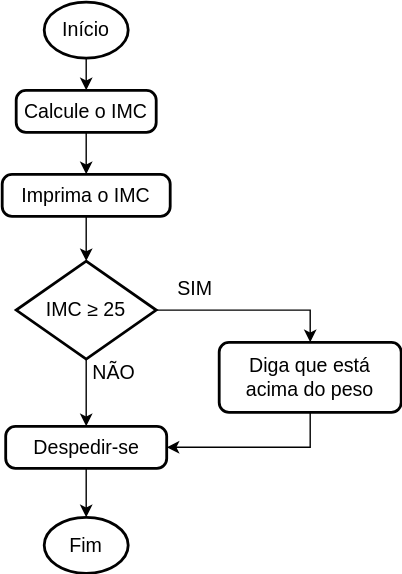
Before: slides/images/imc-flowchart-one-condition.svg, a diagram exported from draw.io (PedroIMP/palestraSECComp2023). Source tidied: cells renumbered, new cells last; positions are measured from the earlier drawing's top-left corner, leaving out a move shared by most shapes. The source it was exported from:
```xml
<mxGraphModel>
  <root>
    <mxCell id="0" />
    <mxCell id="1" parent="0" />
    <mxCell id="2" style="edgeStyle=orthogonalEdgeStyle;rounded=0;jettySize=auto;html=1;exitX=0.5;exitY=1;exitDx=0;exitDy=0;exitPerimeter=0;fontFamily=Helvetica;fontSize=14;" parent="1" edge="1" source="3" target="6">
      <mxGeometry relative="1" as="geometry" />
    </mxCell>
    <mxCell id="3" value="Início" style="strokeWidth=2;html=1;shape=mxgraph.flowchart.start_1;whiteSpace=wrap;fontFamily=Helvetica;fontSize=14;" parent="1" vertex="1">
      <mxGeometry x="30" width="60" height="40" as="geometry" />
    </mxCell>
    <mxCell id="4" style="edgeStyle=orthogonalEdgeStyle;rounded=0;jettySize=auto;html=1;exitX=0.5;exitY=1;exitDx=0;exitDy=0;entryX=0.5;entryY=0;entryDx=0;entryDy=0;entryPerimeter=0;fontFamily=Helvetica;fontSize=14;" parent="1" edge="1" source="17" target="9">
      <mxGeometry relative="1" as="geometry" />
    </mxCell>
    <mxCell id="5" style="edgeStyle=orthogonalEdgeStyle;rounded=0;jettySize=auto;html=1;fontFamily=Helvetica;fontSize=14;" parent="1" edge="1" source="6" target="17">
      <mxGeometry relative="1" as="geometry" />
    </mxCell>
    <mxCell id="6" value="Calcule o IMC" style="rounded=1;whiteSpace=wrap;html=1;absoluteArcSize=1;arcSize=14;strokeWidth=2;fontFamily=Helvetica;fontSize=14;" parent="1" vertex="1">
      <mxGeometry x="10" y="63" width="100" height="30" as="geometry" />
    </mxCell>
    <mxCell id="7" style="edgeStyle=orthogonalEdgeStyle;rounded=0;jettySize=auto;html=1;exitX=1;exitY=0.5;exitDx=0;exitDy=0;exitPerimeter=0;entryX=0.5;entryY=0;entryDx=0;entryDy=0;fontFamily=Helvetica;fontSize=14;" parent="1" edge="1" source="9" target="11">
      <mxGeometry relative="1" as="geometry" />
    </mxCell>
    <mxCell id="8" style="edgeStyle=orthogonalEdgeStyle;rounded=0;jettySize=auto;html=1;exitX=0.5;exitY=1;exitDx=0;exitDy=0;exitPerimeter=0;fontFamily=Helvetica;fontSize=14;" parent="1" edge="1" source="9" target="13">
      <mxGeometry relative="1" as="geometry" />
    </mxCell>
    <mxCell id="9" value="IMC ≥ 25" style="strokeWidth=2;html=1;shape=mxgraph.flowchart.decision;whiteSpace=wrap;fontFamily=Helvetica;fontSize=14;" parent="1" vertex="1">
      <mxGeometry x="10" y="185" width="100" height="70" as="geometry" />
    </mxCell>
    <mxCell id="10" style="edgeStyle=orthogonalEdgeStyle;rounded=0;jettySize=auto;html=1;exitX=0.5;exitY=1;exitDx=0;exitDy=0;entryX=1;entryY=0.5;entryDx=0;entryDy=0;fontFamily=Helvetica;fontSize=14;" parent="1" edge="1" source="11" target="13">
      <mxGeometry relative="1" as="geometry" />
    </mxCell>
    <mxCell id="11" value="Diga que está acima do peso" style="rounded=1;whiteSpace=wrap;html=1;absoluteArcSize=1;arcSize=14;strokeWidth=2;fontFamily=Helvetica;fontSize=14;perimeterSpacing=0;spacing=4;" parent="1" vertex="1">
      <mxGeometry x="155" y="243" width="130" height="50" as="geometry" />
    </mxCell>
    <mxCell id="12" style="edgeStyle=orthogonalEdgeStyle;rounded=0;jettySize=auto;html=1;fontFamily=Helvetica;fontSize=14;" parent="1" edge="1" source="13" target="14">
      <mxGeometry relative="1" as="geometry" />
    </mxCell>
    <mxCell id="13" value="Despedir-se" style="rounded=1;whiteSpace=wrap;html=1;absoluteArcSize=1;arcSize=14;strokeWidth=2;fontFamily=Helvetica;fontSize=14;" parent="1" vertex="1">
      <mxGeometry x="2.5" y="303" width="115" height="30" as="geometry" />
    </mxCell>
    <mxCell id="14" value="&lt;div&gt;Fim&lt;/div&gt;" style="strokeWidth=2;html=1;shape=mxgraph.flowchart.start_1;whiteSpace=wrap;fontFamily=Helvetica;fontSize=14;" parent="1" vertex="1">
      <mxGeometry x="30" y="368" width="60" height="40" as="geometry" />
    </mxCell>
    <mxCell id="15" value="SIM" style="text;html=1;strokeColor=none;fillColor=none;align=center;verticalAlign=middle;whiteSpace=wrap;rounded=0;fontFamily=Helvetica;fontSize=14;" parent="1" vertex="1">
      <mxGeometry x="118" y="195" width="40" height="20" as="geometry" />
    </mxCell>
    <mxCell id="16" value="NÃO" style="text;html=1;strokeColor=none;fillColor=none;align=center;verticalAlign=middle;whiteSpace=wrap;rounded=0;fontFamily=Helvetica;fontSize=14;" parent="1" vertex="1">
      <mxGeometry x="60" y="255" width="40" height="20" as="geometry" />
    </mxCell>
    <mxCell id="17" value="Imprima o IMC" style="rounded=1;whiteSpace=wrap;html=1;absoluteArcSize=1;arcSize=14;strokeWidth=2;fontFamily=Helvetica;fontSize=14;" parent="1" vertex="1">
      <mxGeometry y="123" width="120" height="30" as="geometry" />
    </mxCell>
  </root>
</mxGraphModel>
```
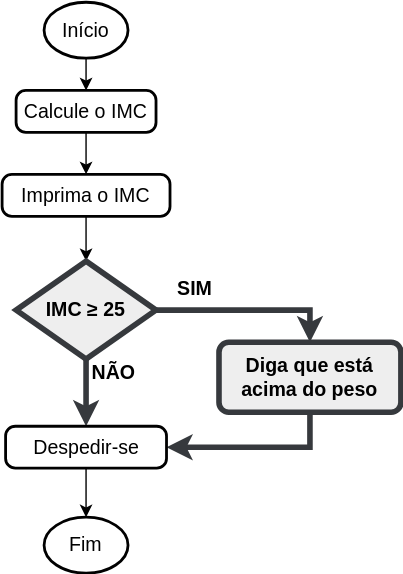
The same diagram one commit later.

Diff of the diagram source:
```diff
@@ -17,19 +17,19 @@
     <mxCell id="6" value="Calcule o IMC" style="rounded=1;whiteSpace=wrap;html=1;absoluteArcSize=1;arcSize=14;strokeWidth=2;fontFamily=Helvetica;fontSize=14;" parent="1" vertex="1">
       <mxGeometry x="10" y="63" width="100" height="30" as="geometry" />
     </mxCell>
-    <mxCell id="7" style="edgeStyle=orthogonalEdgeStyle;rounded=0;jettySize=auto;html=1;exitX=1;exitY=0.5;exitDx=0;exitDy=0;exitPerimeter=0;entryX=0.5;entryY=0;entryDx=0;entryDy=0;fontFamily=Helvetica;fontSize=14;" parent="1" edge="1" source="9" target="11">
+    <mxCell id="7" style="edgeStyle=orthogonalEdgeStyle;rounded=0;jettySize=auto;html=1;exitX=1;exitY=0.5;exitDx=0;exitDy=0;exitPerimeter=0;entryX=0.5;entryY=0;entryDx=0;entryDy=0;fontFamily=Helvetica;fontSize=14;strokeWidth=4;fontStyle=1;fillColor=#eeeeee;strokeColor=#36393d;" parent="1" edge="1" source="9" target="11">
       <mxGeometry relative="1" as="geometry" />
     </mxCell>
-    <mxCell id="8" style="edgeStyle=orthogonalEdgeStyle;rounded=0;jettySize=auto;html=1;exitX=0.5;exitY=1;exitDx=0;exitDy=0;exitPerimeter=0;fontFamily=Helvetica;fontSize=14;" parent="1" edge="1" source="9" target="13">
+    <mxCell id="8" style="edgeStyle=orthogonalEdgeStyle;rounded=0;jettySize=auto;html=1;exitX=0.5;exitY=1;exitDx=0;exitDy=0;exitPerimeter=0;fontFamily=Helvetica;fontSize=14;strokeWidth=4;fontStyle=1;fillColor=#eeeeee;strokeColor=#36393d;" parent="1" edge="1" source="9" target="13">
       <mxGeometry relative="1" as="geometry" />
     </mxCell>
-    <mxCell id="9" value="IMC ≥ 25" style="strokeWidth=2;html=1;shape=mxgraph.flowchart.decision;whiteSpace=wrap;fontFamily=Helvetica;fontSize=14;" parent="1" vertex="1">
+    <mxCell id="9" value="IMC ≥ 25" style="strokeWidth=4;html=1;shape=mxgraph.flowchart.decision;whiteSpace=wrap;fontFamily=Helvetica;fontSize=14;fontStyle=1;fillColor=#eeeeee;strokeColor=#36393d;" parent="1" vertex="1">
       <mxGeometry x="10" y="185" width="100" height="70" as="geometry" />
     </mxCell>
-    <mxCell id="10" style="edgeStyle=orthogonalEdgeStyle;rounded=0;jettySize=auto;html=1;exitX=0.5;exitY=1;exitDx=0;exitDy=0;entryX=1;entryY=0.5;entryDx=0;entryDy=0;fontFamily=Helvetica;fontSize=14;" parent="1" edge="1" source="11" target="13">
+    <mxCell id="10" style="edgeStyle=orthogonalEdgeStyle;rounded=0;jettySize=auto;html=1;exitX=0.5;exitY=1;exitDx=0;exitDy=0;entryX=1;entryY=0.5;entryDx=0;entryDy=0;fontFamily=Helvetica;fontSize=14;strokeWidth=4;fontStyle=1;fillColor=#eeeeee;strokeColor=#36393d;" parent="1" edge="1" source="11" target="13">
       <mxGeometry relative="1" as="geometry" />
     </mxCell>
-    <mxCell id="11" value="Diga que está acima do peso" style="rounded=1;whiteSpace=wrap;html=1;absoluteArcSize=1;arcSize=14;strokeWidth=2;fontFamily=Helvetica;fontSize=14;perimeterSpacing=0;spacing=4;" parent="1" vertex="1">
+    <mxCell id="11" value="Diga que está acima do peso" style="rounded=1;whiteSpace=wrap;html=1;absoluteArcSize=1;arcSize=14;strokeWidth=4;fontFamily=Helvetica;fontSize=14;perimeterSpacing=0;spacing=4;fontStyle=1;fillColor=#eeeeee;strokeColor=#36393d;" parent="1" vertex="1">
       <mxGeometry x="155" y="243" width="130" height="50" as="geometry" />
     </mxCell>
     <mxCell id="12" style="edgeStyle=orthogonalEdgeStyle;rounded=0;jettySize=auto;html=1;fontFamily=Helvetica;fontSize=14;" parent="1" edge="1" source="13" target="14">
@@ -41,10 +41,10 @@
     <mxCell id="14" value="&lt;div&gt;Fim&lt;/div&gt;" style="strokeWidth=2;html=1;shape=mxgraph.flowchart.start_1;whiteSpace=wrap;fontFamily=Helvetica;fontSize=14;" parent="1" vertex="1">
       <mxGeometry x="30" y="368" width="60" height="40" as="geometry" />
     </mxCell>
-    <mxCell id="15" value="SIM" style="text;html=1;strokeColor=none;fillColor=none;align=center;verticalAlign=middle;whiteSpace=wrap;rounded=0;fontFamily=Helvetica;fontSize=14;" parent="1" vertex="1">
+    <mxCell id="15" value="SIM" style="text;html=1;strokeColor=none;fillColor=none;align=center;verticalAlign=middle;whiteSpace=wrap;rounded=0;fontFamily=Helvetica;fontSize=14;fontStyle=1;" parent="1" vertex="1">
       <mxGeometry x="118" y="195" width="40" height="20" as="geometry" />
     </mxCell>
-    <mxCell id="16" value="NÃO" style="text;html=1;strokeColor=none;fillColor=none;align=center;verticalAlign=middle;whiteSpace=wrap;rounded=0;fontFamily=Helvetica;fontSize=14;" parent="1" vertex="1">
+    <mxCell id="16" value="NÃO" style="text;html=1;strokeColor=none;fillColor=none;align=center;verticalAlign=middle;whiteSpace=wrap;rounded=0;fontFamily=Helvetica;fontSize=14;fontStyle=1;" parent="1" vertex="1">
       <mxGeometry x="60" y="255" width="40" height="20" as="geometry" />
     </mxCell>
     <mxCell id="17" value="Imprima o IMC" style="rounded=1;whiteSpace=wrap;html=1;absoluteArcSize=1;arcSize=14;strokeWidth=2;fontFamily=Helvetica;fontSize=14;" parent="1" vertex="1">
```
